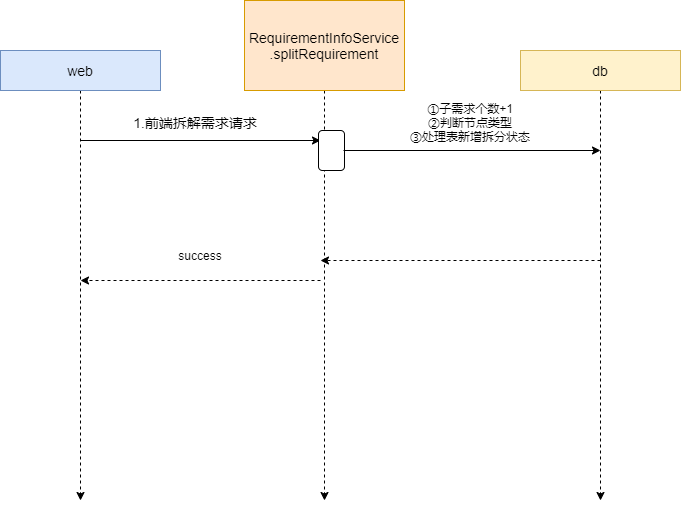
Above: Company/requirement.png in LePeitiPrince/note-picture (draw.io), before the change. Source tidied: cells renumbered, new cells last; positions are measured from the earlier drawing's top-left corner, leaving out a move shared by most shapes.
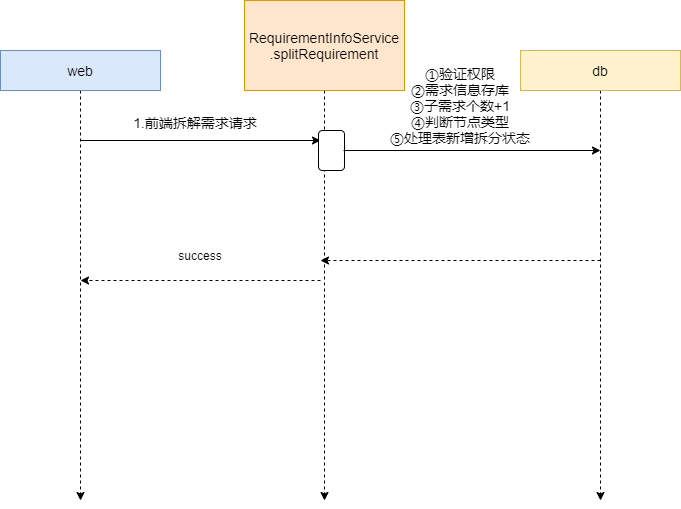
Later version of the same file.

What changed in the source:
```diff
@@ -44,8 +44,8 @@
         <mxPoint x="600" y="150" as="targetPoint" />
       </mxGeometry>
     </mxCell>
-    <mxCell id="12" value="①子需求个数+1&lt;br&gt;②判断节点类型&lt;br&gt;③处理表新增拆分状态" style="text;html=1;strokeColor=none;fillColor=none;align=center;verticalAlign=middle;whiteSpace=wrap;rounded=0;fontSize=12;" parent="1" vertex="1">
-      <mxGeometry x="360" y="107" width="220" height="30" as="geometry" />
+    <mxCell id="12" value="①验证权限&lt;br style=&quot;font-size: 14px;&quot;&gt;②需求信息存库&lt;br style=&quot;font-size: 14px;&quot;&gt;③子需求个数+1&lt;br style=&quot;font-size: 14px;&quot;&gt;④判断节点类型&lt;br style=&quot;font-size: 14px;&quot;&gt;⑤处理表新增拆分状态" style="text;html=1;strokeColor=none;fillColor=none;align=center;verticalAlign=middle;whiteSpace=wrap;rounded=0;fontSize=14;" parent="1" vertex="1">
+      <mxGeometry x="350" y="90" width="220" height="30" as="geometry" />
     </mxCell>
     <mxCell id="13" style="endArrow=classic;html=1;rounded=0;fontSize=12;dashed=1;" parent="1" edge="1">
       <mxGeometry relative="1" as="geometry">
```
